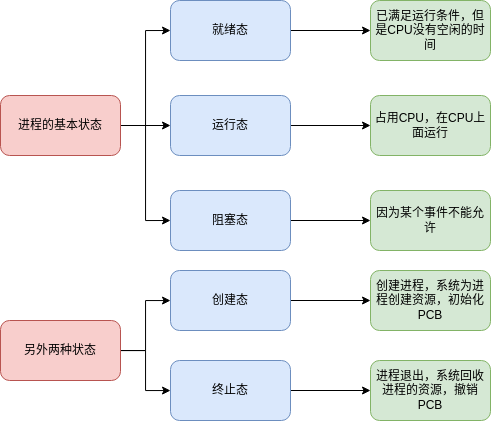
Before: processStatus4.drawio.png, a diagram exported from draw.io (YuMingLiDawn/Linux). Source tidied: cells renumbered, new cells last; positions are measured from the earlier drawing's top-left corner, leaving out a move shared by most shapes. Source of this version:
```xml
<mxGraphModel>
  <root>
    <mxCell id="0" />
    <mxCell id="1" parent="0" />
    <mxCell id="2" style="edgeStyle=orthogonalEdgeStyle;rounded=0;jettySize=auto;html=1;entryX=0;entryY=0.5;entryDx=0;entryDy=0;" parent="1" edge="1" source="5" target="9">
      <mxGeometry relative="1" as="geometry" />
    </mxCell>
    <mxCell id="3" style="edgeStyle=orthogonalEdgeStyle;rounded=0;jettySize=auto;html=1;" parent="1" edge="1" source="5" target="11">
      <mxGeometry relative="1" as="geometry" />
    </mxCell>
    <mxCell id="4" style="edgeStyle=orthogonalEdgeStyle;rounded=0;jettySize=auto;html=1;entryX=0;entryY=0.5;entryDx=0;entryDy=0;" parent="1" edge="1" source="5" target="7">
      <mxGeometry relative="1" as="geometry" />
    </mxCell>
    <mxCell id="5" value="进程的基本状态" style="rounded=1;whiteSpace=wrap;html=1;fillColor=#f8cecc;strokeColor=#b85450;" parent="1" vertex="1">
      <mxGeometry y="95" width="120" height="60" as="geometry" />
    </mxCell>
    <mxCell id="6" style="edgeStyle=orthogonalEdgeStyle;rounded=0;jettySize=auto;html=1;" parent="1" edge="1" source="7" target="14">
      <mxGeometry relative="1" as="geometry" />
    </mxCell>
    <mxCell id="7" value="阻塞态" style="rounded=1;whiteSpace=wrap;html=1;fillColor=#dae8fc;strokeColor=#6c8ebf;" parent="1" vertex="1">
      <mxGeometry x="170" y="190" width="120" height="60" as="geometry" />
    </mxCell>
    <mxCell id="8" style="edgeStyle=orthogonalEdgeStyle;rounded=0;jettySize=auto;html=1;" parent="1" edge="1" source="9" target="12">
      <mxGeometry relative="1" as="geometry" />
    </mxCell>
    <mxCell id="9" value="就绪态" style="rounded=1;whiteSpace=wrap;html=1;fillColor=#dae8fc;strokeColor=#6c8ebf;" parent="1" vertex="1">
      <mxGeometry x="170" width="120" height="60" as="geometry" />
    </mxCell>
    <mxCell id="10" style="edgeStyle=orthogonalEdgeStyle;rounded=0;jettySize=auto;html=1;" parent="1" edge="1" source="11" target="13">
      <mxGeometry relative="1" as="geometry" />
    </mxCell>
    <mxCell id="11" value="运行态" style="rounded=1;whiteSpace=wrap;html=1;fillColor=#dae8fc;strokeColor=#6c8ebf;" parent="1" vertex="1">
      <mxGeometry x="170" y="95" width="120" height="60" as="geometry" />
    </mxCell>
    <mxCell id="12" value="已满足运行条件，但是CPU没有空闲的时间" style="rounded=1;whiteSpace=wrap;html=1;fillColor=#d5e8d4;strokeColor=#82b366;" parent="1" vertex="1">
      <mxGeometry x="370" width="120" height="60" as="geometry" />
    </mxCell>
    <mxCell id="13" value="占用CPU，在CPU上面运行" style="whiteSpace=wrap;html=1;rounded=1;fillColor=#d5e8d4;strokeColor=#82b366;" parent="1" vertex="1">
      <mxGeometry x="370" y="95" width="120" height="60" as="geometry" />
    </mxCell>
    <mxCell id="14" value="因为某个事件不能允许" style="rounded=1;whiteSpace=wrap;html=1;fillColor=#d5e8d4;strokeColor=#82b366;" parent="1" vertex="1">
      <mxGeometry x="370" y="190" width="120" height="60" as="geometry" />
    </mxCell>
    <mxCell id="15" style="edgeStyle=orthogonalEdgeStyle;rounded=0;jettySize=auto;html=1;" parent="1" edge="1" source="17" target="19">
      <mxGeometry relative="1" as="geometry" />
    </mxCell>
    <mxCell id="16" style="edgeStyle=orthogonalEdgeStyle;rounded=0;jettySize=auto;html=1;" parent="1" edge="1" source="17" target="21">
      <mxGeometry relative="1" as="geometry" />
    </mxCell>
    <mxCell id="17" value="另外两种状态" style="rounded=1;whiteSpace=wrap;html=1;fillColor=#f8cecc;strokeColor=#b85450;" parent="1" vertex="1">
      <mxGeometry y="320" width="120" height="60" as="geometry" />
    </mxCell>
    <mxCell id="18" style="edgeStyle=orthogonalEdgeStyle;rounded=0;jettySize=auto;html=1;" parent="1" edge="1" source="19" target="22">
      <mxGeometry relative="1" as="geometry" />
    </mxCell>
    <mxCell id="19" value="创建态" style="rounded=1;whiteSpace=wrap;html=1;fillColor=#dae8fc;strokeColor=#6c8ebf;" parent="1" vertex="1">
      <mxGeometry x="170" y="270" width="120" height="60" as="geometry" />
    </mxCell>
    <mxCell id="20" style="edgeStyle=orthogonalEdgeStyle;rounded=0;jettySize=auto;html=1;" parent="1" edge="1" source="21" target="23">
      <mxGeometry relative="1" as="geometry" />
    </mxCell>
    <mxCell id="21" value="终止态" style="rounded=1;whiteSpace=wrap;html=1;fillColor=#dae8fc;strokeColor=#6c8ebf;" parent="1" vertex="1">
      <mxGeometry x="170" y="360" width="120" height="60" as="geometry" />
    </mxCell>
    <mxCell id="22" value="创建进程，系统为进程创建资源，初始化PCB" style="rounded=1;whiteSpace=wrap;html=1;fillColor=#d5e8d4;strokeColor=#82b366;" parent="1" vertex="1">
      <mxGeometry x="370" y="270" width="120" height="60" as="geometry" />
    </mxCell>
    <mxCell id="23" value="进程退出，系统回收进程的资源，撤销PCB" style="rounded=1;whiteSpace=wrap;html=1;fillColor=#d5e8d4;strokeColor=#82b366;" parent="1" vertex="1">
      <mxGeometry x="370" y="360" width="120" height="60" as="geometry" />
    </mxCell>
  </root>
</mxGraphModel>
```
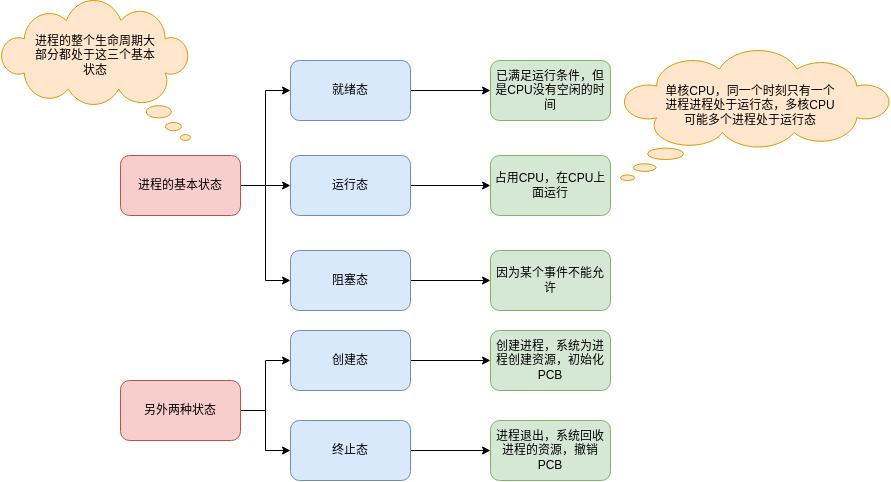
Later version of the same file.

What changed in the source:
```diff
@@ -68,5 +68,17 @@
     <mxCell id="23" value="进程退出，系统回收进程的资源，撤销PCB" style="rounded=1;whiteSpace=wrap;html=1;fillColor=#d5e8d4;strokeColor=#82b366;" parent="1" vertex="1">
       <mxGeometry x="370" y="360" width="120" height="60" as="geometry" />
     </mxCell>
+    <mxCell id="24" style="whiteSpace=wrap;html=1;shape=mxgraph.basic.cloud_callout;flipH=1;fillColor=#ffe6cc;strokeColor=#d79b00;" parent="1" vertex="1">
+      <mxGeometry x="-120" y="-60" width="190" height="140" as="geometry" />
+    </mxCell>
+    <mxCell id="25" value="进程的整个生命周期大部分都处于这三个基本状态" style="text;html=1;strokeColor=none;fillColor=none;align=center;verticalAlign=middle;whiteSpace=wrap;rounded=0;" parent="1" vertex="1">
+      <mxGeometry x="-90" y="-30" width="130" height="50" as="geometry" />
+    </mxCell>
+    <mxCell id="26" style="whiteSpace=wrap;html=1;shape=mxgraph.basic.cloud_callout;fillColor=#ffe6cc;strokeColor=#d79b00;" parent="1" vertex="1">
+      <mxGeometry x="500" y="-10" width="270" height="130" as="geometry" />
+    </mxCell>
+    <mxCell id="27" value="单核CPU，同一个时刻只有一个进程进程处于运行态，多核CPU可能多个进程处于运行态" style="text;html=1;strokeColor=none;fillColor=none;align=center;verticalAlign=middle;whiteSpace=wrap;rounded=0;" parent="1" vertex="1">
+      <mxGeometry x="540" y="20" width="180" height="50" as="geometry" />
+    </mxCell>
   </root>
 </mxGraphModel>
```
